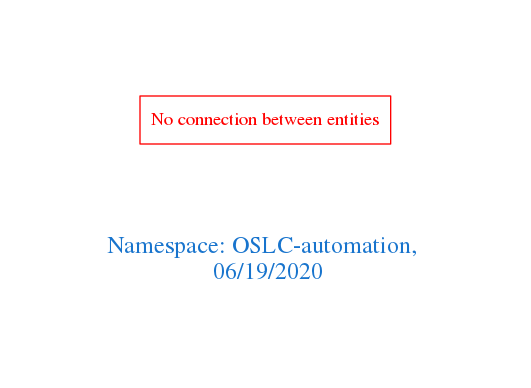
This is downloads/OSLC-automation.png from arago/OGIT, a Graphviz export, as it was before one commit. Its source is kept beside it as downloads/OSLC-automation.dot.
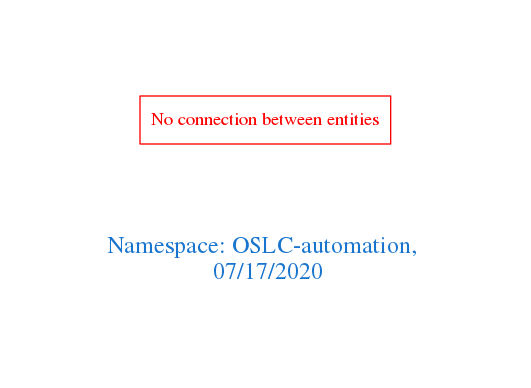
Later version of the same file.

Diff of the diagram source:
```diff
@@ -1,7 +1,7 @@
 digraph OGIT_ontology {
  graph [ rankdir= LR,pad=1
 fontsize = 18,
-fontcolor= dodgerblue3,label = "\n\n\nNamespace: OSLC-automation, \n 06/19/2020"];
+fontcolor= dodgerblue3,label = "\n\n\nNamespace: OSLC-automation, \n 07/17/2020"];
 node[shape=polygon];
 edge [  color="gray81"];
 
```
